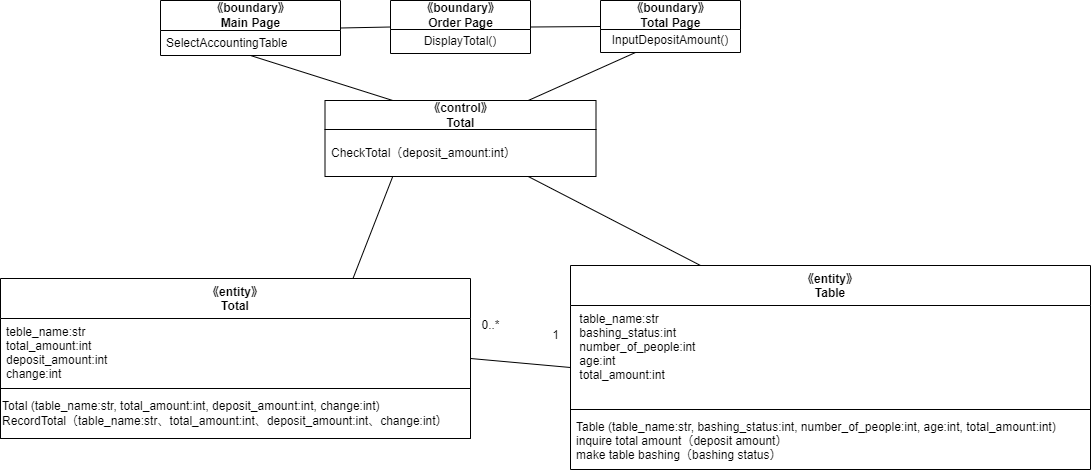
MasakiHiguchi/--- keeps this draw.io diagram as psp4/設計モデルのクラス/設計モデルクラス図_会計.drawio.png. Above is the earlier version. Source tidied: cells renumbered, new cells last; positions are measured from the earlier drawing's top-left corner, leaving out a move shared by most shapes. The source it was exported from:
```xml
<mxGraphModel>
  <root>
    <mxCell id="0" />
    <mxCell id="1" parent="0" />
    <mxCell id="2" style="edgeStyle=none;html=1;exitX=1;exitY=0.5;exitDx=0;exitDy=0;entryX=0;entryY=0.5;entryDx=0;entryDy=0;endArrow=none;endFill=0;" parent="1" edge="1" source="3" target="6">
      <mxGeometry relative="1" as="geometry" />
    </mxCell>
    <mxCell id="3" value="《boundary》&lt;br&gt;Main Page" style="swimlane;fontStyle=1;align=center;verticalAlign=middle;horizontal=1;startSize=30;html=1;" parent="1" vertex="1">
      <mxGeometry x="160" width="180" height="55" as="geometry" />
    </mxCell>
    <mxCell id="4" value="SelectAccountingTable" style="text;html=1;strokeColor=none;fillColor=none;align=left;verticalAlign=middle;spacingLeft=4;spacingRight=4;overflow=hidden;" parent="3" vertex="1">
      <mxGeometry y="30" width="180" height="25" as="geometry" />
    </mxCell>
    <mxCell id="5" style="edgeStyle=none;html=1;exitX=1;exitY=0.5;exitDx=0;exitDy=0;entryX=0;entryY=0.5;entryDx=0;entryDy=0;endArrow=none;endFill=0;" parent="1" edge="1" source="6" target="23">
      <mxGeometry relative="1" as="geometry" />
    </mxCell>
    <mxCell id="6" value="《boundary》&lt;br&gt;Order Page" style="swimlane;fontStyle=1;align=center;verticalAlign=middle;horizontal=1;startSize=29;html=1;" parent="1" vertex="1">
      <mxGeometry x="390" width="140" height="53" as="geometry" />
    </mxCell>
    <mxCell id="7" value="DisplayTotal()" style="text;html=1;strokeColor=none;fillColor=none;align=center;verticalAlign=middle;spacingLeft=4;spacingRight=4;overflow=hidden;" parent="6" vertex="1">
      <mxGeometry y="29" width="140" height="24" as="geometry" />
    </mxCell>
    <mxCell id="8" style="edgeStyle=none;html=1;exitX=0.25;exitY=0;exitDx=0;exitDy=0;entryX=0.5;entryY=1;entryDx=0;entryDy=0;endArrow=none;endFill=0;" parent="1" edge="1" source="10" target="3">
      <mxGeometry relative="1" as="geometry" />
    </mxCell>
    <mxCell id="9" style="edgeStyle=none;html=1;exitX=0.75;exitY=0;exitDx=0;exitDy=0;entryX=0.25;entryY=1;entryDx=0;entryDy=0;endArrow=none;endFill=0;" parent="1" edge="1" source="10" target="23">
      <mxGeometry relative="1" as="geometry" />
    </mxCell>
    <mxCell id="10" value="《control》&lt;br&gt;Total" style="swimlane;fontStyle=1;align=center;verticalAlign=middle;horizontal=1;startSize=29;html=1;" parent="1" vertex="1">
      <mxGeometry x="324.5" y="100" width="271" height="76" as="geometry" />
    </mxCell>
    <mxCell id="11" value="CheckTotal（deposit_amount:int）" style="text;html=1;strokeColor=none;fillColor=none;align=left;verticalAlign=middle;spacingLeft=4;spacingRight=4;overflow=hidden;" parent="10" vertex="1">
      <mxGeometry y="29" width="271" height="47" as="geometry" />
    </mxCell>
    <mxCell id="12" style="edgeStyle=none;html=1;exitX=0.75;exitY=0;exitDx=0;exitDy=0;entryX=0.25;entryY=1;entryDx=0;entryDy=0;endArrow=none;endFill=0;" parent="1" edge="1" source="13" target="10">
      <mxGeometry relative="1" as="geometry" />
    </mxCell>
    <mxCell id="13" value="《entity》&#10;Total" style="swimlane;fontStyle=1;align=center;verticalAlign=top;horizontal=1;startSize=40;" parent="1" vertex="1">
      <mxGeometry y="278" width="470" height="160" as="geometry" />
    </mxCell>
    <mxCell id="14" value="teble_name:str&#10;total_amount:int&#10;deposit_amount:int&#10;change:int" style="text;strokeColor=none;fillColor=none;align=left;verticalAlign=top;spacingLeft=4;spacingRight=4;overflow=hidden;" parent="13" vertex="1">
      <mxGeometry y="40" width="470" height="70" as="geometry" />
    </mxCell>
    <mxCell id="15" style="swimlane;startSize=0;" parent="13" vertex="1">
      <mxGeometry y="110" width="470" height="50" as="geometry" />
    </mxCell>
    <mxCell id="16" value="Total (table_name:str, total_amount:int, deposit_amount:int, change:int)&lt;br&gt;RecordTotal（table_name:str、total_amount:int、deposit_amount:int、change:int）" style="text;html=1;align=left;verticalAlign=middle;strokeColor=none;fillColor=none;" parent="15" vertex="1">
      <mxGeometry y="5" width="470" height="40" as="geometry" />
    </mxCell>
    <mxCell id="17" style="edgeStyle=none;html=1;exitX=0;exitY=0.5;exitDx=0;exitDy=0;entryX=1;entryY=0.5;entryDx=0;entryDy=0;endArrow=none;endFill=0;" parent="1" edge="1" source="19" target="13">
      <mxGeometry relative="1" as="geometry" />
    </mxCell>
    <mxCell id="18" style="edgeStyle=none;html=1;exitX=0.25;exitY=0;exitDx=0;exitDy=0;entryX=0.75;entryY=1;entryDx=0;entryDy=0;endArrow=none;endFill=0;" parent="1" edge="1" source="19" target="10">
      <mxGeometry relative="1" as="geometry" />
    </mxCell>
    <mxCell id="19" value="《entity》&#10;Table" style="swimlane;fontStyle=1;align=center;verticalAlign=top;horizontal=1;startSize=40;" parent="1" vertex="1">
      <mxGeometry x="570" y="265" width="520" height="204" as="geometry" />
    </mxCell>
    <mxCell id="20" value=" table_name:str&#10; bashing_status:int&#10; number_of_people:int&#10; age:int&#10; total_amount:int" style="text;strokeColor=none;fillColor=none;align=left;verticalAlign=top;spacingLeft=4;spacingRight=4;overflow=hidden;" parent="19" vertex="1">
      <mxGeometry y="40" width="520" height="100" as="geometry" />
    </mxCell>
    <mxCell id="21" style="line;strokeWidth=1;fillColor=none;align=left;verticalAlign=middle;spacingTop=-1;spacingLeft=3;spacingRight=3;labelPosition=right;strokeColor=inherit;" parent="19" vertex="1">
      <mxGeometry y="140" width="520" height="8" as="geometry" />
    </mxCell>
    <mxCell id="22" value="Table (table_name:str, bashing_status:int, number_of_people:int, age:int, total_amount:int)&#10;inquire total amount（deposit amount）&#10;make table bashing（bashing status）" style="text;strokeColor=none;fillColor=none;align=left;verticalAlign=top;spacingLeft=4;spacingRight=4;overflow=hidden;" parent="19" vertex="1">
      <mxGeometry y="148" width="520" height="56" as="geometry" />
    </mxCell>
    <mxCell id="23" value="《boundary》&lt;br&gt;Total Page" style="swimlane;fontStyle=1;align=center;verticalAlign=middle;horizontal=1;startSize=29;html=1;" parent="1" vertex="1">
      <mxGeometry x="600" width="140" height="52" as="geometry" />
    </mxCell>
    <mxCell id="24" value="InputDepositAmount()" style="text;html=1;strokeColor=none;fillColor=none;align=center;verticalAlign=middle;spacingLeft=4;spacingRight=4;overflow=hidden;" parent="23" vertex="1">
      <mxGeometry y="29" width="140" height="23" as="geometry" />
    </mxCell>
    <mxCell id="25" value="1" style="text;html=1;align=center;verticalAlign=middle;strokeColor=none;fillColor=none;" parent="1" vertex="1">
      <mxGeometry x="540" y="320" width="30" height="30" as="geometry" />
    </mxCell>
    <mxCell id="26" value="0..*" style="text;html=1;align=center;verticalAlign=middle;strokeColor=none;fillColor=none;" parent="1" vertex="1">
      <mxGeometry x="470" y="310" width="40" height="30" as="geometry" />
    </mxCell>
  </root>
</mxGraphModel>
```
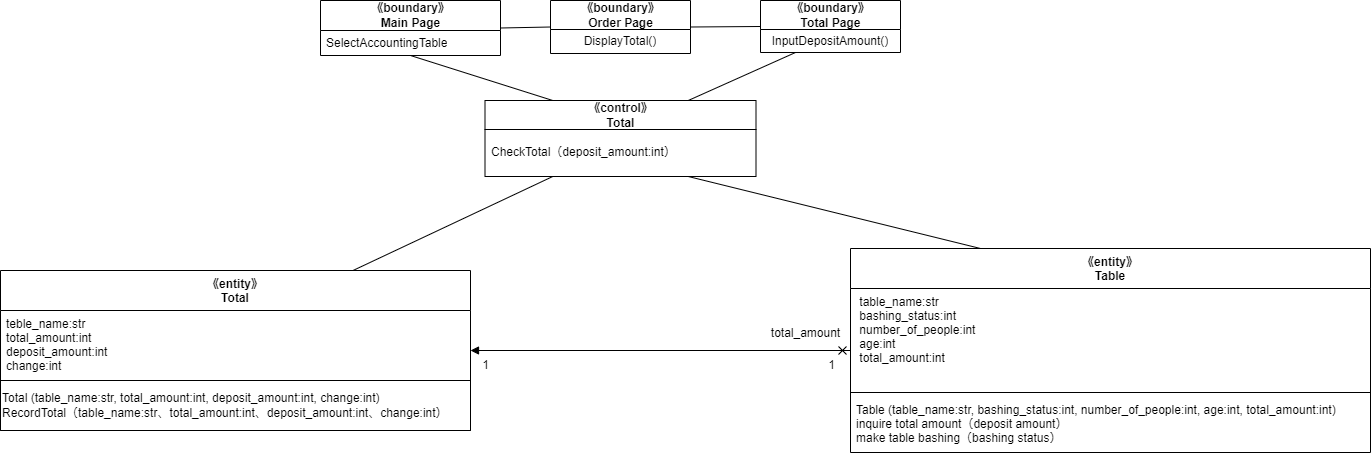
Later version of the same file.

Change to the diagram source:
```diff
@@ -36,7 +36,7 @@
       <mxGeometry relative="1" as="geometry" />
     </mxCell>
     <mxCell id="13" value="《entity》&#10;Total" style="swimlane;fontStyle=1;align=center;verticalAlign=top;horizontal=1;startSize=40;" parent="1" vertex="1">
-      <mxGeometry y="278" width="470" height="160" as="geometry" />
+      <mxGeometry x="-160" y="270" width="470" height="160" as="geometry" />
     </mxCell>
     <mxCell id="14" value="teble_name:str&#10;total_amount:int&#10;deposit_amount:int&#10;change:int" style="text;strokeColor=none;fillColor=none;align=left;verticalAlign=top;spacingLeft=4;spacingRight=4;overflow=hidden;" parent="13" vertex="1">
       <mxGeometry y="40" width="470" height="70" as="geometry" />
@@ -47,14 +47,14 @@
     <mxCell id="16" value="Total (table_name:str, total_amount:int, deposit_amount:int, change:int)&lt;br&gt;RecordTotal（table_name:str、total_amount:int、deposit_amount:int、change:int）" style="text;html=1;align=left;verticalAlign=middle;strokeColor=none;fillColor=none;" parent="15" vertex="1">
       <mxGeometry y="5" width="470" height="40" as="geometry" />
     </mxCell>
-    <mxCell id="17" style="edgeStyle=none;html=1;exitX=0;exitY=0.5;exitDx=0;exitDy=0;entryX=1;entryY=0.5;entryDx=0;entryDy=0;endArrow=none;endFill=0;" parent="1" edge="1" source="19" target="13">
+    <mxCell id="17" style="edgeStyle=none;html=1;exitX=0;exitY=0.5;exitDx=0;exitDy=0;entryX=1;entryY=0.5;entryDx=0;entryDy=0;endArrow=block;endFill=1;startArrow=cross;startFill=0;" parent="1" edge="1" source="19" target="13">
       <mxGeometry relative="1" as="geometry" />
     </mxCell>
     <mxCell id="18" style="edgeStyle=none;html=1;exitX=0.25;exitY=0;exitDx=0;exitDy=0;entryX=0.75;entryY=1;entryDx=0;entryDy=0;endArrow=none;endFill=0;" parent="1" edge="1" source="19" target="10">
       <mxGeometry relative="1" as="geometry" />
     </mxCell>
     <mxCell id="19" value="《entity》&#10;Table" style="swimlane;fontStyle=1;align=center;verticalAlign=top;horizontal=1;startSize=40;" parent="1" vertex="1">
-      <mxGeometry x="570" y="265" width="520" height="204" as="geometry" />
+      <mxGeometry x="690" y="248" width="520" height="204" as="geometry" />
     </mxCell>
     <mxCell id="20" value=" table_name:str&#10; bashing_status:int&#10; number_of_people:int&#10; age:int&#10; total_amount:int" style="text;strokeColor=none;fillColor=none;align=left;verticalAlign=top;spacingLeft=4;spacingRight=4;overflow=hidden;" parent="19" vertex="1">
       <mxGeometry y="40" width="520" height="100" as="geometry" />
@@ -72,10 +72,13 @@
       <mxGeometry y="29" width="140" height="23" as="geometry" />
     </mxCell>
     <mxCell id="25" value="1" style="text;html=1;align=center;verticalAlign=middle;strokeColor=none;fillColor=none;" parent="1" vertex="1">
-      <mxGeometry x="540" y="320" width="30" height="30" as="geometry" />
+      <mxGeometry x="656" y="350" width="30" height="30" as="geometry" />
     </mxCell>
-    <mxCell id="26" value="0..*" style="text;html=1;align=center;verticalAlign=middle;strokeColor=none;fillColor=none;" parent="1" vertex="1">
-      <mxGeometry x="470" y="310" width="40" height="30" as="geometry" />
+    <mxCell id="26" value="1" style="text;html=1;align=center;verticalAlign=middle;strokeColor=none;fillColor=none;" parent="1" vertex="1">
+      <mxGeometry x="310" y="350" width="30" height="30" as="geometry" />
     </mxCell>
+    <mxCell id="27" value="total_amount" style="text;html=1;align=center;verticalAlign=middle;strokeColor=none;fillColor=none;" parent="1" vertex="1">
+      <mxGeometry x="600" y="318" width="90" height="30" as="geometry" />
+    </mxCell>
   </root>
 </mxGraphModel>
```
